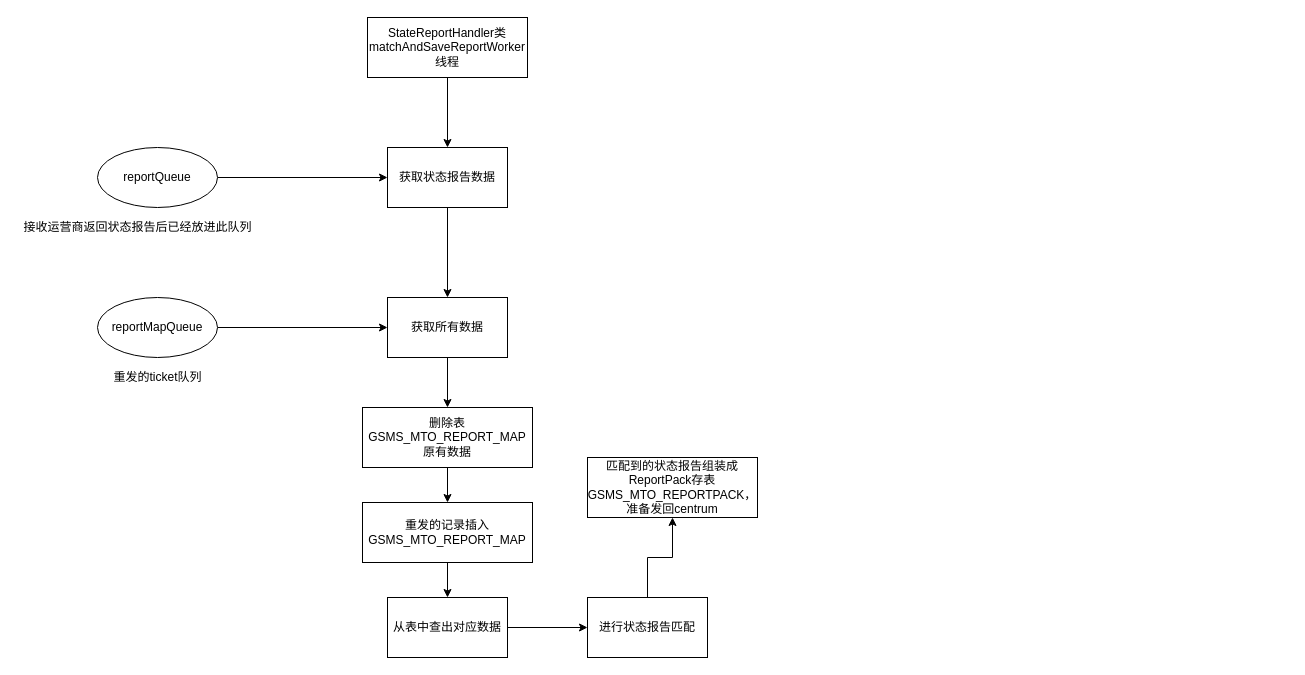
511733119/Git- keeps this draw.io diagram as 对返回的状态报告、上行的处理.drawio. Above is the earlier version. Source tidied: cells renumbered, new cells numbered last; positions are measured from the earlier drawing's top-left corner, leaving out a move shared by most shapes. Both pictures are drawn from the tidied source at 100%, with x=0, y=0 at pixel (17, 17).
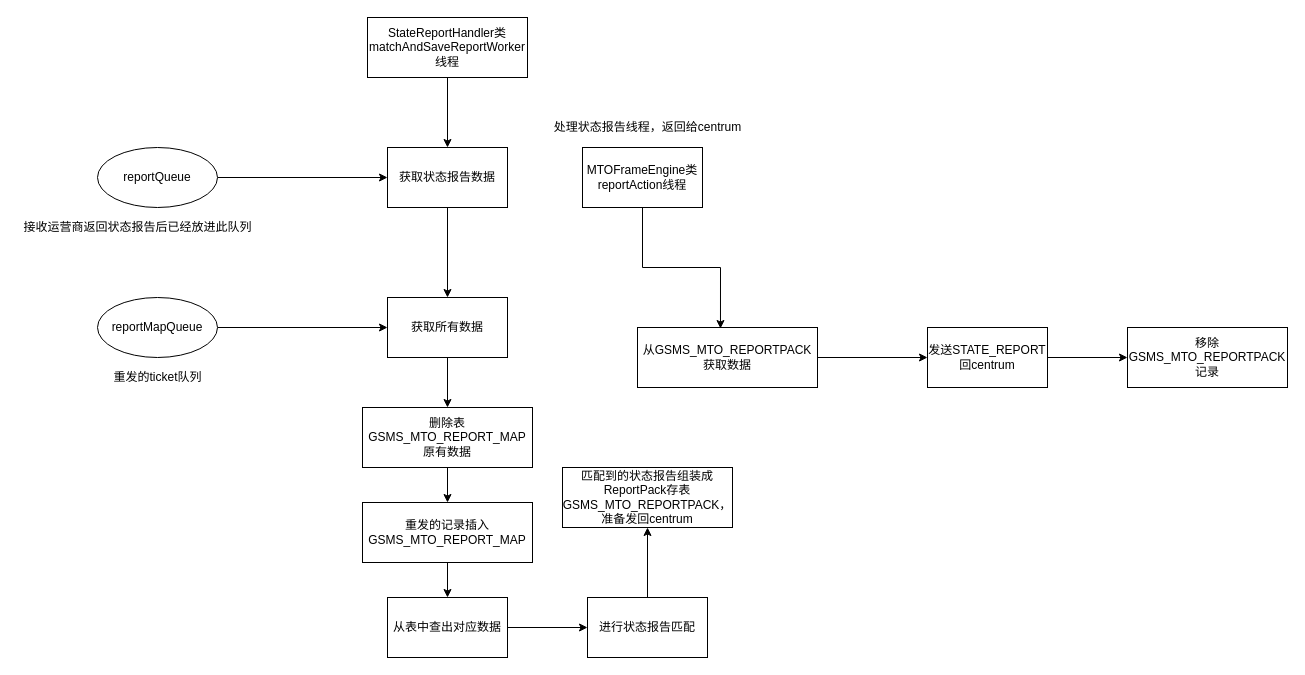
The same diagram, later.

Commit message (it also covers changes not shown here):
更新对返回的状态报告、上行的处理.drawio

Change to the diagram source:
```diff
@@
     <mxCell id="22" value="匹配到的状态报告组装成ReportPack存表GSMS_MTO_REPORTPACK，准备发回centrum" style="whiteSpace=wrap;html=1;" parent="1" vertex="1">
-      <mxGeometry x="570" y="440" width="170" height="60" as="geometry" />
+      <mxGeometry x="545" y="450" width="170" height="60" as="geometry" />
     </mxCell>
+    <mxCell id="23" style="edgeStyle=orthogonalEdgeStyle;rounded=0;jettySize=auto;html=1;" parent="1" edge="1" source="24" target="29">
+      <mxGeometry relative="1" as="geometry" />
+    </mxCell>
+    <mxCell id="24" value="从GSMS_MTO_REPORTPACK获取数据" style="whiteSpace=wrap;html=1;" parent="1" vertex="1">
+      <mxGeometry x="620" y="310" width="180" height="60" as="geometry" />
+    </mxCell>
+    <mxCell id="25" style="edgeStyle=orthogonalEdgeStyle;rounded=0;jettySize=auto;html=1;entryX=0.461;entryY=0.017;entryDx=0;entryDy=0;entryPerimeter=0;" parent="1" edge="1" source="26" target="24">
+      <mxGeometry relative="1" as="geometry" />
+    </mxCell>
+    <mxCell id="26" value="MTOFrameEngine类reportAction线程" style="whiteSpace=wrap;html=1;" parent="1" vertex="1">
+      <mxGeometry x="565" y="130" width="120" height="60" as="geometry" />
+    </mxCell>
+    <mxCell id="27" value="处理状态报告线程，返回给centrum" style="text;html=1;align=center;verticalAlign=middle;strokeColor=none;fillColor=none;" parent="1" vertex="1">
+      <mxGeometry x="530" y="100" width="200" height="20" as="geometry" />
+    </mxCell>
+    <mxCell id="28" style="edgeStyle=orthogonalEdgeStyle;rounded=0;jettySize=auto;html=1;" parent="1" edge="1" source="29" target="30">
+      <mxGeometry relative="1" as="geometry" />
+    </mxCell>
+    <mxCell id="29" value="发送STATE_REPORT回centrum" style="whiteSpace=wrap;html=1;" parent="1" vertex="1">
+      <mxGeometry x="910" y="310" width="120" height="60" as="geometry" />
+    </mxCell>
+    <mxCell id="30" value="移除GSMS_MTO_REPORTPACK记录" style="whiteSpace=wrap;html=1;" parent="1" vertex="1">
+      <mxGeometry x="1110" y="310" width="160" height="60" as="geometry" />
+    </mxCell>
```
